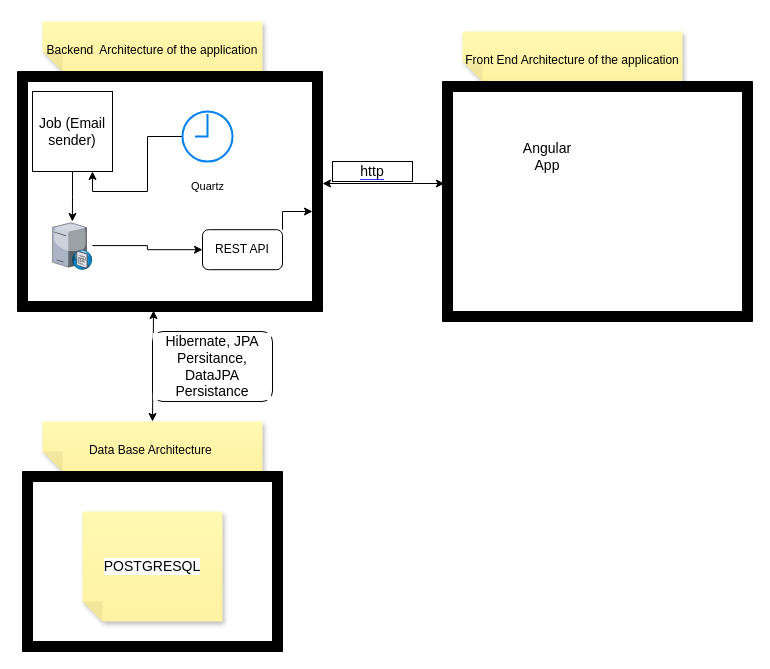
Before: Untitled Diagram.drawio in ub-techn/AutomaticEmailSender, a draw.io diagram. Source tidied: cells renumbered, new cells numbered last; positions are measured from the earlier drawing's top-left corner, leaving out a move shared by most shapes. Both pictures are drawn from the tidied source at 100%, with x=0, y=0 at pixel (17, 21).
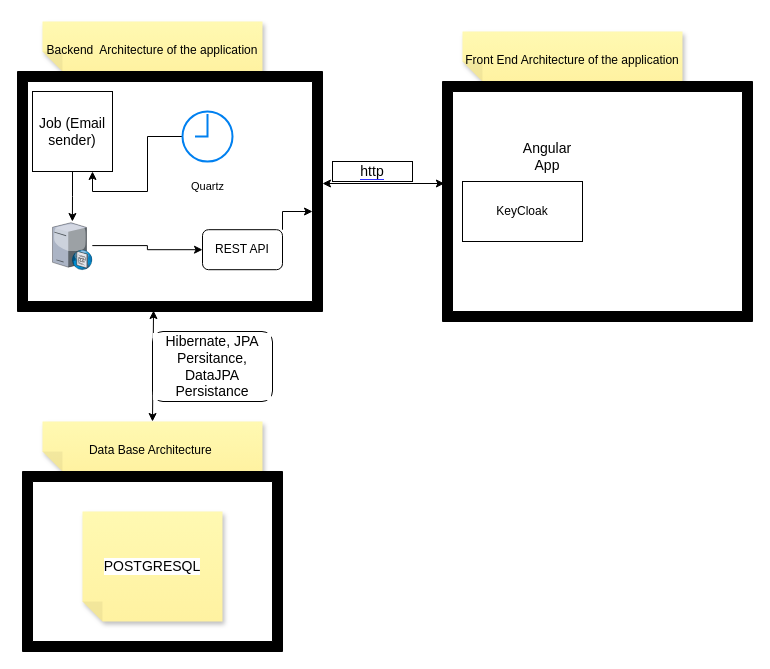
Above is the later version.

Change to the diagram source:
```diff
@@
+    <mxCell id="22" value="KeyCloak" style="whiteSpace=wrap;html=1;" parent="1" vertex="1">
+      <mxGeometry x="445" y="160" width="120" height="60" as="geometry" />
+    </mxCell>
```
